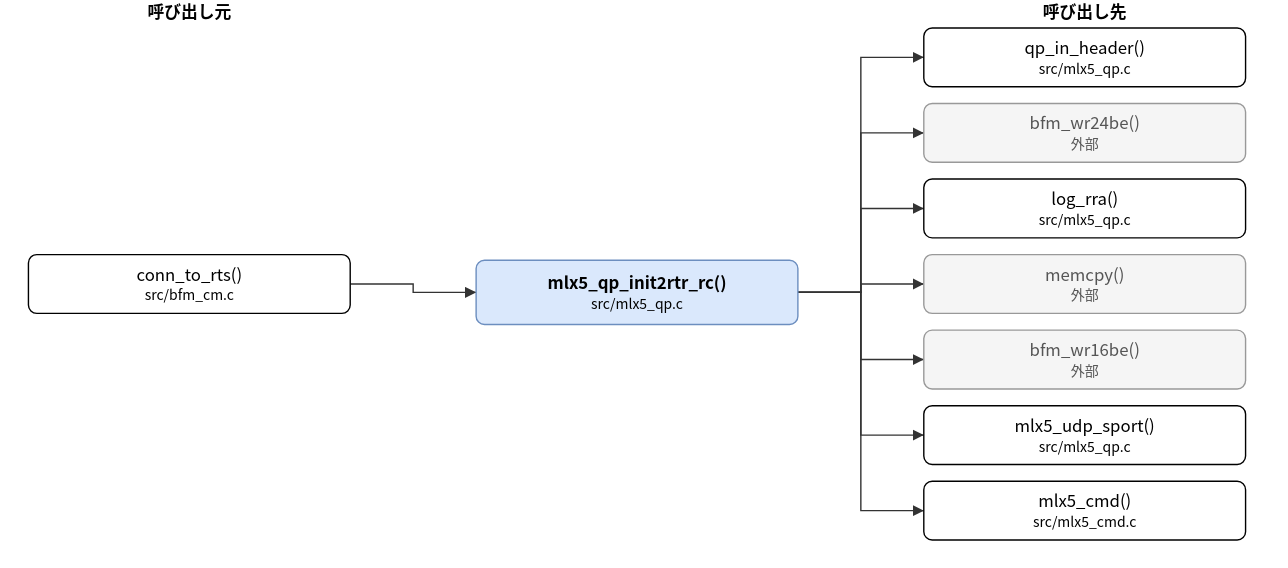
hf355051012-ai/bfmem keeps this draw.io diagram as doc/spec/images/call_src_mlx5_qp__mlx5_qp_init2rtr_rc.drawio.svg. Above is the earlier version. Source tidied: cells renumbered, new cells last; positions are measured from the earlier drawing's top-left corner, leaving out a move shared by most shapes. Source of this version:
```xml
<mxGraphModel>
  <root>
    <mxCell id="0" />
    <mxCell id="1" parent="0" />
    <mxCell id="2" value="mlx5_qp_init2rtr_rc()&lt;br&gt;&lt;font style=&quot;font-size:10px&quot;&gt;src/mlx5_qp.c&lt;/font&gt;" style="rounded=1;whiteSpace=wrap;html=1;fillColor=#dae8fc;strokeColor=#6c8ebf;fontStyle=1;" parent="1" vertex="1">
      <mxGeometry x="320" y="186" width="230" height="46" as="geometry" />
    </mxCell>
    <mxCell id="3" value="conn_to_rts()&lt;br&gt;&lt;font style=&quot;font-size:10px&quot;&gt;src/bfm_cm.c&lt;/font&gt;" style="rounded=1;whiteSpace=wrap;html=1;" parent="1" vertex="1">
      <mxGeometry y="182" width="230" height="42" as="geometry" />
    </mxCell>
    <mxCell id="4" value="qp_in_header()&lt;br&gt;&lt;font style=&quot;font-size:10px&quot;&gt;src/mlx5_qp.c&lt;/font&gt;" style="rounded=1;whiteSpace=wrap;html=1;" parent="1" vertex="1">
      <mxGeometry x="640" y="20" width="230" height="42" as="geometry" />
    </mxCell>
    <mxCell id="5" value="bfm_wr24be()&lt;br&gt;&lt;font style=&quot;font-size:10px&quot;&gt;外部&lt;/font&gt;" style="rounded=1;whiteSpace=wrap;html=1;fillColor=#f5f5f5;strokeColor=#999999;fontColor=#555555;" parent="1" vertex="1">
      <mxGeometry x="640" y="74" width="230" height="42" as="geometry" />
    </mxCell>
    <mxCell id="6" value="log_rra()&lt;br&gt;&lt;font style=&quot;font-size:10px&quot;&gt;src/mlx5_qp.c&lt;/font&gt;" style="rounded=1;whiteSpace=wrap;html=1;" parent="1" vertex="1">
      <mxGeometry x="640" y="128" width="230" height="42" as="geometry" />
    </mxCell>
    <mxCell id="7" value="memcpy()&lt;br&gt;&lt;font style=&quot;font-size:10px&quot;&gt;外部&lt;/font&gt;" style="rounded=1;whiteSpace=wrap;html=1;fillColor=#f5f5f5;strokeColor=#999999;fontColor=#555555;" parent="1" vertex="1">
      <mxGeometry x="640" y="182" width="230" height="42" as="geometry" />
    </mxCell>
    <mxCell id="8" value="bfm_wr16be()&lt;br&gt;&lt;font style=&quot;font-size:10px&quot;&gt;外部&lt;/font&gt;" style="rounded=1;whiteSpace=wrap;html=1;fillColor=#f5f5f5;strokeColor=#999999;fontColor=#555555;" parent="1" vertex="1">
      <mxGeometry x="640" y="236" width="230" height="42" as="geometry" />
    </mxCell>
    <mxCell id="9" value="mlx5_udp_sport()&lt;br&gt;&lt;font style=&quot;font-size:10px&quot;&gt;src/mlx5_qp.c&lt;/font&gt;" style="rounded=1;whiteSpace=wrap;html=1;" parent="1" vertex="1">
      <mxGeometry x="640" y="290" width="230" height="42" as="geometry" />
    </mxCell>
    <mxCell id="10" value="mlx5_cmd()&lt;br&gt;&lt;font style=&quot;font-size:10px&quot;&gt;src/mlx5_cmd.c&lt;/font&gt;" style="rounded=1;whiteSpace=wrap;html=1;" parent="1" vertex="1">
      <mxGeometry x="640" y="344" width="230" height="42" as="geometry" />
    </mxCell>
    <mxCell id="11" style="edgeStyle=none;html=1;rounded=0;endArrow=block;endFill=1;exitX=1.0000;exitY=0.5000;exitDx=0;exitDy=0;exitPerimeter=0;entryX=0.0000;entryY=0.5000;entryDx=0;entryDy=0;entryPerimeter=0;" parent="1" edge="1" source="3" target="2">
      <mxGeometry relative="1" as="geometry">
        <Array as="points">
          <mxPoint x="275" y="203" />
          <mxPoint x="275" y="209" />
        </Array>
      </mxGeometry>
    </mxCell>
    <mxCell id="12" style="edgeStyle=none;html=1;rounded=0;endArrow=block;endFill=1;exitX=1.0000;exitY=0.5000;exitDx=0;exitDy=0;exitPerimeter=0;entryX=0.0000;entryY=0.5000;entryDx=0;entryDy=0;entryPerimeter=0;" parent="1" edge="1" source="2" target="4">
      <mxGeometry relative="1" as="geometry">
        <Array as="points">
          <mxPoint x="595" y="209" />
          <mxPoint x="595" y="41" />
        </Array>
      </mxGeometry>
    </mxCell>
    <mxCell id="13" style="edgeStyle=none;html=1;rounded=0;endArrow=block;endFill=1;exitX=1.0000;exitY=0.5000;exitDx=0;exitDy=0;exitPerimeter=0;entryX=0.0000;entryY=0.5000;entryDx=0;entryDy=0;entryPerimeter=0;" parent="1" edge="1" source="2" target="5">
      <mxGeometry relative="1" as="geometry">
        <Array as="points">
          <mxPoint x="595" y="209" />
          <mxPoint x="595" y="95" />
        </Array>
      </mxGeometry>
    </mxCell>
    <mxCell id="14" style="edgeStyle=none;html=1;rounded=0;endArrow=block;endFill=1;exitX=1.0000;exitY=0.5000;exitDx=0;exitDy=0;exitPerimeter=0;entryX=0.0000;entryY=0.5000;entryDx=0;entryDy=0;entryPerimeter=0;" parent="1" edge="1" source="2" target="6">
      <mxGeometry relative="1" as="geometry">
        <Array as="points">
          <mxPoint x="595" y="209" />
          <mxPoint x="595" y="149" />
        </Array>
      </mxGeometry>
    </mxCell>
    <mxCell id="15" style="edgeStyle=none;html=1;rounded=0;endArrow=block;endFill=1;exitX=1.0000;exitY=0.5000;exitDx=0;exitDy=0;exitPerimeter=0;entryX=0.0000;entryY=0.5000;entryDx=0;entryDy=0;entryPerimeter=0;" parent="1" edge="1" source="2" target="7">
      <mxGeometry relative="1" as="geometry">
        <Array as="points">
          <mxPoint x="595" y="209" />
          <mxPoint x="595" y="203" />
        </Array>
      </mxGeometry>
    </mxCell>
    <mxCell id="16" style="edgeStyle=none;html=1;rounded=0;endArrow=block;endFill=1;exitX=1.0000;exitY=0.5000;exitDx=0;exitDy=0;exitPerimeter=0;entryX=0.0000;entryY=0.5000;entryDx=0;entryDy=0;entryPerimeter=0;" parent="1" edge="1" source="2" target="8">
      <mxGeometry relative="1" as="geometry">
        <Array as="points">
          <mxPoint x="595" y="209" />
          <mxPoint x="595" y="257" />
        </Array>
      </mxGeometry>
    </mxCell>
    <mxCell id="17" style="edgeStyle=none;html=1;rounded=0;endArrow=block;endFill=1;exitX=1.0000;exitY=0.5000;exitDx=0;exitDy=0;exitPerimeter=0;entryX=0.0000;entryY=0.5000;entryDx=0;entryDy=0;entryPerimeter=0;" parent="1" edge="1" source="2" target="9">
      <mxGeometry relative="1" as="geometry">
        <Array as="points">
          <mxPoint x="595" y="209" />
          <mxPoint x="595" y="311" />
        </Array>
      </mxGeometry>
    </mxCell>
    <mxCell id="18" style="edgeStyle=none;html=1;rounded=0;endArrow=block;endFill=1;exitX=1.0000;exitY=0.5000;exitDx=0;exitDy=0;exitPerimeter=0;entryX=0.0000;entryY=0.5000;entryDx=0;entryDy=0;entryPerimeter=0;" parent="1" edge="1" source="2" target="10">
      <mxGeometry relative="1" as="geometry">
        <Array as="points">
          <mxPoint x="595" y="209" />
          <mxPoint x="595" y="365" />
        </Array>
      </mxGeometry>
    </mxCell>
    <mxCell id="19" value="呼び出し元" style="text;html=1;align=center;fontStyle=1;" parent="1" vertex="1">
      <mxGeometry x="35" width="160" height="18" as="geometry" />
    </mxCell>
    <mxCell id="20" value="呼び出し先" style="text;html=1;align=center;fontStyle=1;" parent="1" vertex="1">
      <mxGeometry x="675" width="160" height="18" as="geometry" />
    </mxCell>
  </root>
</mxGraphModel>
```
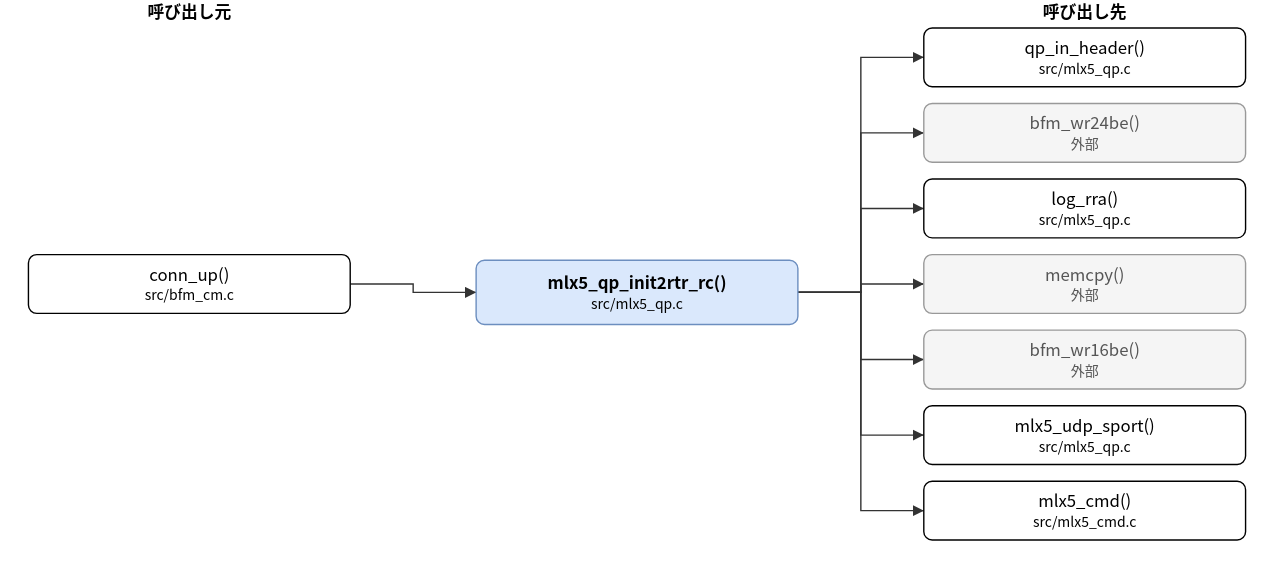
The same file after the commit.

Change to the diagram source:
```diff
@@ -5,7 +5,7 @@
     <mxCell id="2" value="mlx5_qp_init2rtr_rc()&lt;br&gt;&lt;font style=&quot;font-size:10px&quot;&gt;src/mlx5_qp.c&lt;/font&gt;" style="rounded=1;whiteSpace=wrap;html=1;fillColor=#dae8fc;strokeColor=#6c8ebf;fontStyle=1;" parent="1" vertex="1">
       <mxGeometry x="320" y="186" width="230" height="46" as="geometry" />
     </mxCell>
-    <mxCell id="3" value="conn_to_rts()&lt;br&gt;&lt;font style=&quot;font-size:10px&quot;&gt;src/bfm_cm.c&lt;/font&gt;" style="rounded=1;whiteSpace=wrap;html=1;" parent="1" vertex="1">
+    <mxCell id="3" value="conn_up()&lt;br&gt;&lt;font style=&quot;font-size:10px&quot;&gt;src/bfm_cm.c&lt;/font&gt;" style="rounded=1;whiteSpace=wrap;html=1;" parent="1" vertex="1">
       <mxGeometry y="182" width="230" height="42" as="geometry" />
     </mxCell>
     <mxCell id="4" value="qp_in_header()&lt;br&gt;&lt;font style=&quot;font-size:10px&quot;&gt;src/mlx5_qp.c&lt;/font&gt;" style="rounded=1;whiteSpace=wrap;html=1;" parent="1" vertex="1">
```
